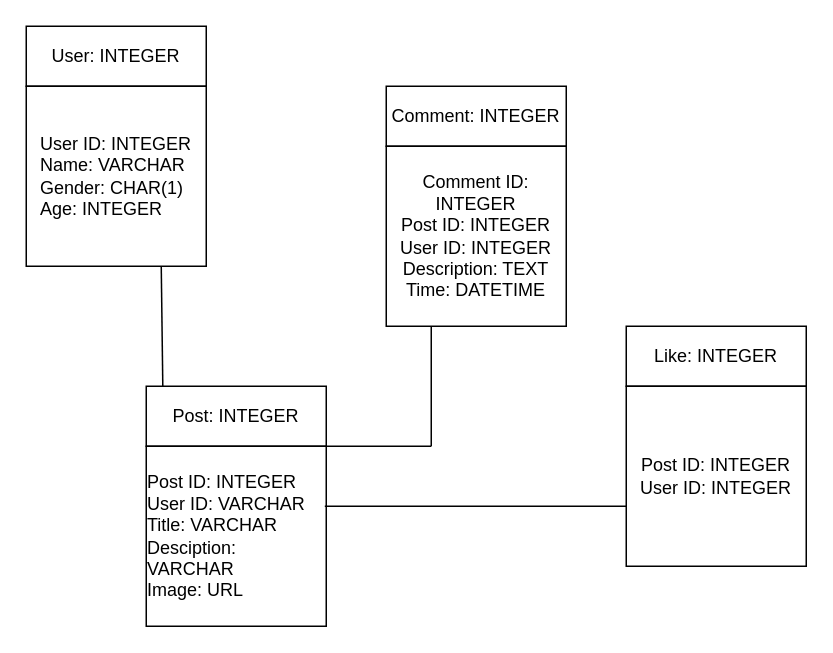
Before: page "physical-model" (2 of 2) of Module8/exercise-1.drawio in wilkofm/iod--2024, a draw.io diagram. Source tidied: cells renumbered, new cells numbered last; positions are measured from the earlier drawing's top-left corner, leaving out a move shared by most shapes. Both pictures are drawn from the tidied source at 150%, with x=0, y=0 at pixel (26, 26).
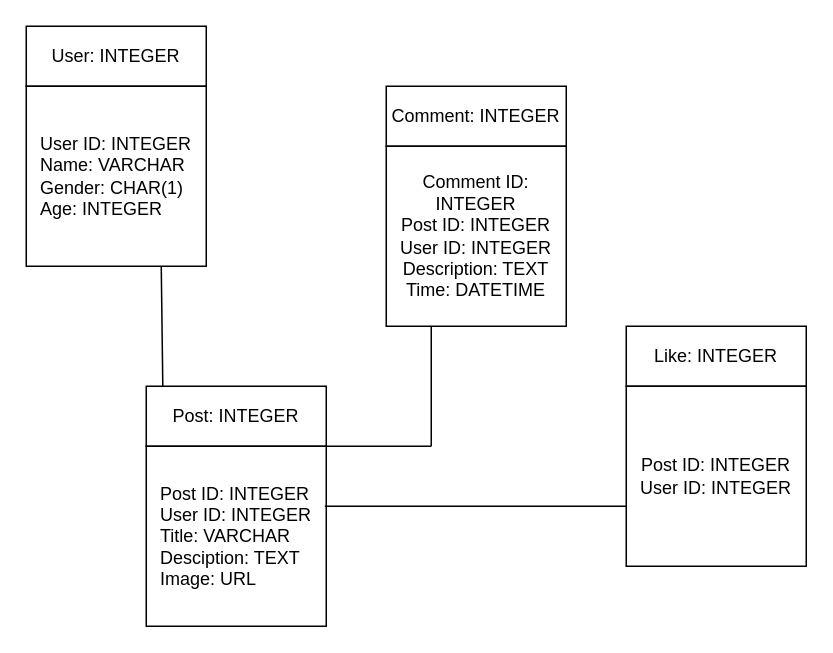
After the change.

Diff of the diagram source:
```diff
@@
 <mxGraphModel>
   <root>
     <mxCell id="0" />
     <mxCell id="1" parent="0" />
     <mxCell id="2" value="User: INTEGER" style="rounded=0;whiteSpace=wrap;html=1;align=center;" parent="1" vertex="1">
       <mxGeometry width="120" height="40" as="geometry" />
     </mxCell>
     <mxCell id="3" value="&lt;div style=&quot;text-align: justify;&quot;&gt;&lt;span style=&quot;background-color: initial;&quot;&gt;User ID: INTEGER&lt;/span&gt;&lt;/div&gt;&lt;div style=&quot;text-align: justify;&quot;&gt;Name: VARCHAR&lt;/div&gt;&lt;div style=&quot;text-align: justify;&quot;&gt;Gender: CHAR(1)&lt;/div&gt;&lt;div style=&quot;text-align: justify;&quot;&gt;Age: INTEGER&lt;/div&gt;" style="whiteSpace=wrap;html=1;" parent="1" vertex="1">
       <mxGeometry y="40" width="120" height="120" as="geometry" />
     </mxCell>
     <mxCell id="4" value="&lt;div style=&quot;text-align: justify;&quot;&gt;&lt;span style=&quot;background-color: initial;&quot;&gt;Post: INTEGER&lt;/span&gt;&lt;/div&gt;" style="rounded=0;whiteSpace=wrap;html=1;align=center;" parent="1" vertex="1">
       <mxGeometry x="80" y="240" width="120" height="40" as="geometry" />
     </mxCell>
-    <mxCell id="5" value="&lt;div style=&quot;text-align: justify;&quot;&gt;&lt;span style=&quot;background-color: initial;&quot;&gt;Post ID: INTEGER&lt;/span&gt;&lt;/div&gt;&lt;div style=&quot;text-align: justify;&quot;&gt;&lt;span style=&quot;background-color: initial;&quot;&gt;User ID: VARCHAR&lt;/span&gt;&lt;/div&gt;&lt;div style=&quot;text-align: justify;&quot;&gt;&lt;span style=&quot;background-color: initial;&quot;&gt;Title: VARCHAR&lt;/span&gt;&lt;/div&gt;&lt;div style=&quot;text-align: justify;&quot;&gt;Desciption: VARCHAR&lt;/div&gt;&lt;div style=&quot;text-align: justify;&quot;&gt;Image: URL&lt;/div&gt;" style="whiteSpace=wrap;html=1;align=center;" parent="1" vertex="1">
+    <mxCell id="5" value="&lt;div style=&quot;text-align: justify;&quot;&gt;&lt;span style=&quot;background-color: initial;&quot;&gt;Post ID: INTEGER&lt;/span&gt;&lt;/div&gt;&lt;div style=&quot;text-align: justify;&quot;&gt;&lt;span style=&quot;background-color: initial;&quot;&gt;User ID: INTEGER&lt;/span&gt;&lt;/div&gt;&lt;div style=&quot;text-align: justify;&quot;&gt;&lt;span style=&quot;background-color: initial;&quot;&gt;Title: VARCHAR&lt;/span&gt;&lt;/div&gt;&lt;div style=&quot;text-align: justify;&quot;&gt;Desciption: TEXT&lt;/div&gt;&lt;div style=&quot;text-align: justify;&quot;&gt;Image: URL&lt;/div&gt;" style="whiteSpace=wrap;html=1;align=center;" parent="1" vertex="1">
       <mxGeometry x="80" y="280" width="120" height="120" as="geometry" />
     </mxCell>
     <mxCell id="6" style="endArrow=none;html=1;rounded=0;exitX=0.092;exitY=0;exitDx=0;exitDy=0;exitPerimeter=0;" parent="1" edge="1" source="4">
       <mxGeometry relative="1" as="geometry">
         <mxPoint x="90" y="160" as="targetPoint" />
       </mxGeometry>
     </mxCell>
     <mxCell id="7" value="Comment: INTEGER" style="rounded=0;whiteSpace=wrap;html=1;" parent="1" vertex="1">
       <mxGeometry x="240" y="40" width="120" height="40" as="geometry" />
     </mxCell>
     <mxCell id="8" style="edgeStyle=orthogonalEdgeStyle;rounded=0;jettySize=auto;html=1;" parent="1" edge="1" source="9" target="11">
       <mxGeometry relative="1" as="geometry" />
     </mxCell>
     <mxCell id="9" value="Like: INTEGER" style="rounded=0;whiteSpace=wrap;html=1;" parent="1" vertex="1">
       <mxGeometry x="400" y="200" width="120" height="40" as="geometry" />
     </mxCell>
     <mxCell id="10" value="Comment ID: INTEGER&lt;div&gt;&lt;span style=&quot;background-color: initial;&quot;&gt;Post ID: INTEGER&lt;/span&gt;&lt;div&gt;User ID: INTEGER&lt;/div&gt;&lt;div&gt;Description: TEXT&lt;/div&gt;&lt;div&gt;&lt;span style=&quot;background-color: initial;&quot;&gt;Time: DATETIME&lt;/span&gt;&lt;/div&gt;&lt;/div&gt;" style="whiteSpace=wrap;html=1;" parent="1" vertex="1">
       <mxGeometry x="240" y="80" width="120" height="120" as="geometry" />
     </mxCell>
     <mxCell id="11" value="&lt;div&gt;&lt;span style=&quot;background-color: initial;&quot;&gt;Post ID: INTEGER&lt;/span&gt;&lt;/div&gt;User ID: INTEGER" style="whiteSpace=wrap;html=1;" parent="1" vertex="1">
       <mxGeometry x="400" y="240" width="120" height="120" as="geometry" />
     </mxCell>
     <mxCell id="12" style="endArrow=none;html=1;rounded=0;entryX=0.25;entryY=1;entryDx=0;entryDy=0;" parent="1" edge="1" target="10">
       <mxGeometry relative="1" as="geometry">
         <mxPoint x="270" y="280" as="sourcePoint" />
       </mxGeometry>
     </mxCell>
     <mxCell id="13" style="endArrow=none;html=1;rounded=0;exitX=1;exitY=0;exitDx=0;exitDy=0;" parent="1" edge="1" source="5">
       <mxGeometry relative="1" as="geometry">
         <mxPoint x="270" y="280" as="targetPoint" />
       </mxGeometry>
     </mxCell>
     <mxCell id="14" style="endArrow=none;html=1;rounded=0;exitX=0.992;exitY=0.333;exitDx=0;exitDy=0;exitPerimeter=0;" parent="1" edge="1" source="5">
       <mxGeometry relative="1" as="geometry">
         <mxPoint x="400" y="320" as="targetPoint" />
       </mxGeometry>
     </mxCell>
   </root>
 </mxGraphModel>
```
